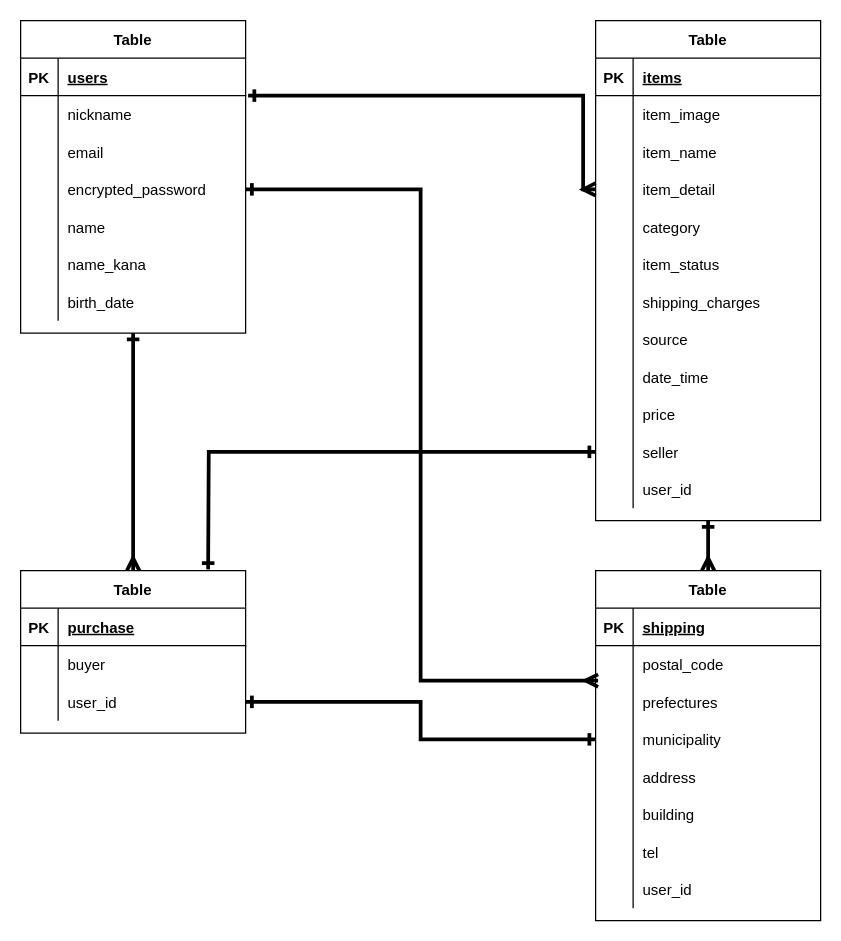
Before: furima.dio in kawara0329/furima-35969, a draw.io diagram. Source tidied: cells renumbered, new cells numbered last; positions are measured from the earlier drawing's top-left corner, leaving out a move shared by most shapes. Both pictures are drawn from the tidied source at 125%, with x=0, y=0 at pixel (20, 20).
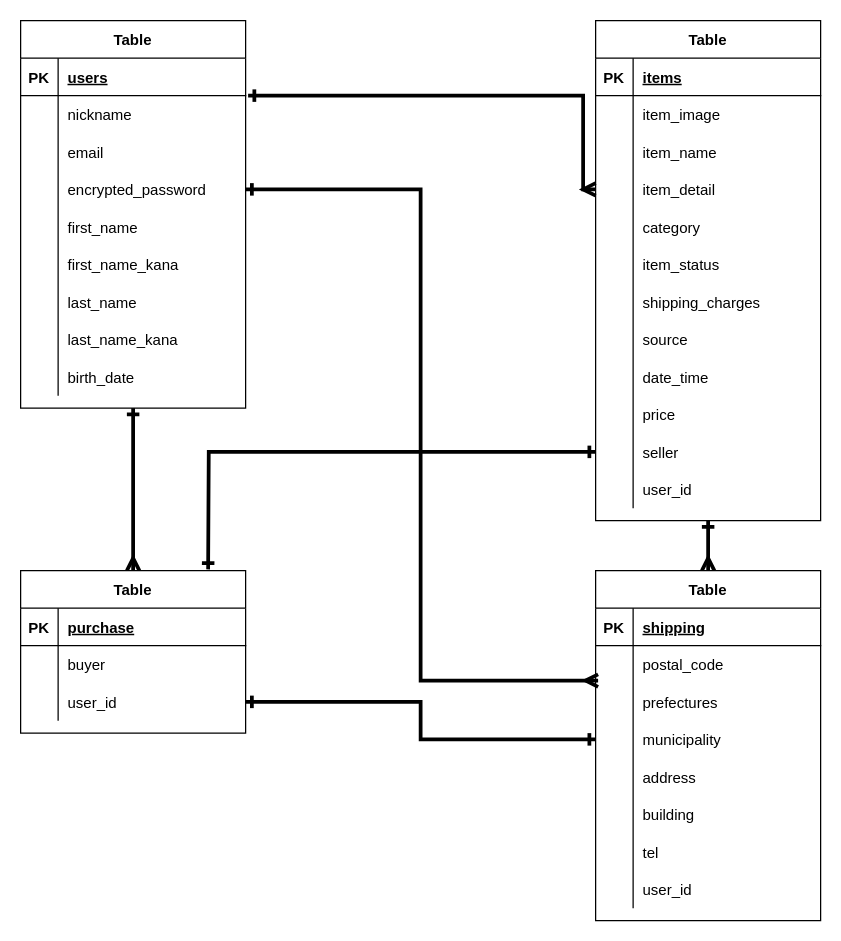
After the change.

Unchanged cells that the change refers to:
```xml
<mxCell id="17" style="shape=partialRectangle;fillColor=none;top=0;left=0;bottom=0;right=0;" parent="4" vertex="1">
  <mxGeometry y="150" width="180" height="30" as="geometry" />
</mxCell>
<mxCell id="20" style="shape=partialRectangle;fillColor=none;top=0;left=0;bottom=0;right=0;" parent="4" vertex="1">
  <mxGeometry y="180" width="180" height="30" as="geometry" />
</mxCell>
<mxCell id="23" style="shape=partialRectangle;fillColor=none;top=0;left=0;bottom=0;right=0;" parent="4" vertex="1">
  <mxGeometry y="210" width="180" height="30" as="geometry" />
</mxCell>
```

Diff of the diagram source:
```diff
@@
     <mxCell id="4" value="Table" style="shape=table;startSize=30;childLayout=tableLayout;rowLines=0;fontStyle=1;align=center;strokeColor=#000000;" parent="1" vertex="1">
-      <mxGeometry width="180" height="250" as="geometry" />
+      <mxGeometry width="180" height="310" as="geometry" />
     </mxCell>
@@
-    <mxCell id="19" value="name" style="shape=partialRectangle;fillColor=none;top=0;left=0;bottom=0;right=0;align=left;spacingLeft=6;overflow=hidden;" parent="17" vertex="1">
+    <mxCell id="19" value="first_name" style="shape=partialRectangle;fillColor=none;top=0;left=0;bottom=0;right=0;align=left;spacingLeft=6;overflow=hidden;" parent="17" vertex="1">
       <mxGeometry x="30" width="150" height="30" as="geometry" />
     </mxCell>
@@
-    <mxCell id="22" value="name_kana" style="shape=partialRectangle;fillColor=none;top=0;left=0;bottom=0;right=0;align=left;spacingLeft=6;overflow=hidden;" parent="20" vertex="1">
+    <mxCell id="22" value="first_name_kana" style="shape=partialRectangle;fillColor=none;top=0;left=0;bottom=0;right=0;align=left;spacingLeft=6;overflow=hidden;" parent="20" vertex="1">
       <mxGeometry x="30" width="150" height="30" as="geometry" />
     </mxCell>
@@
-    <mxCell id="25" value="birth_date" style="shape=partialRectangle;fillColor=none;top=0;left=0;bottom=0;right=0;align=left;spacingLeft=6;overflow=hidden;" parent="23" vertex="1">
+    <mxCell id="25" value="last_name" style="shape=partialRectangle;fillColor=none;top=0;left=0;bottom=0;right=0;align=left;spacingLeft=6;overflow=hidden;" parent="23" vertex="1">
       <mxGeometry x="30" width="150" height="30" as="geometry" />
     </mxCell>
+    <mxCell id="102" style="shape=partialRectangle;fillColor=none;top=0;left=0;bottom=0;right=0;" parent="4" vertex="1">
+      <mxGeometry y="240" width="180" height="30" as="geometry" />
+    </mxCell>
+    <mxCell id="103" style="shape=partialRectangle;fillColor=none;top=0;left=0;bottom=0;right=0;overflow=hidden;" parent="102" vertex="1">
+      <mxGeometry width="30" height="30" as="geometry" />
+    </mxCell>
+    <mxCell id="104" value="last_name_kana" style="shape=partialRectangle;fillColor=none;top=0;left=0;bottom=0;right=0;align=left;spacingLeft=6;overflow=hidden;" parent="102" vertex="1">
+      <mxGeometry x="30" width="150" height="30" as="geometry" />
+    </mxCell>
+    <mxCell id="105" style="shape=partialRectangle;fillColor=none;top=0;left=0;bottom=0;right=0;" parent="4" vertex="1">
+      <mxGeometry y="270" width="180" height="30" as="geometry" />
+    </mxCell>
+    <mxCell id="106" style="shape=partialRectangle;fillColor=none;top=0;left=0;bottom=0;right=0;overflow=hidden;" parent="105" vertex="1">
+      <mxGeometry width="30" height="30" as="geometry" />
+    </mxCell>
+    <mxCell id="107" value="birth_date" style="shape=partialRectangle;fillColor=none;top=0;left=0;bottom=0;right=0;align=left;spacingLeft=6;overflow=hidden;" parent="105" vertex="1">
+      <mxGeometry x="30" width="150" height="30" as="geometry" />
+    </mxCell>
```
